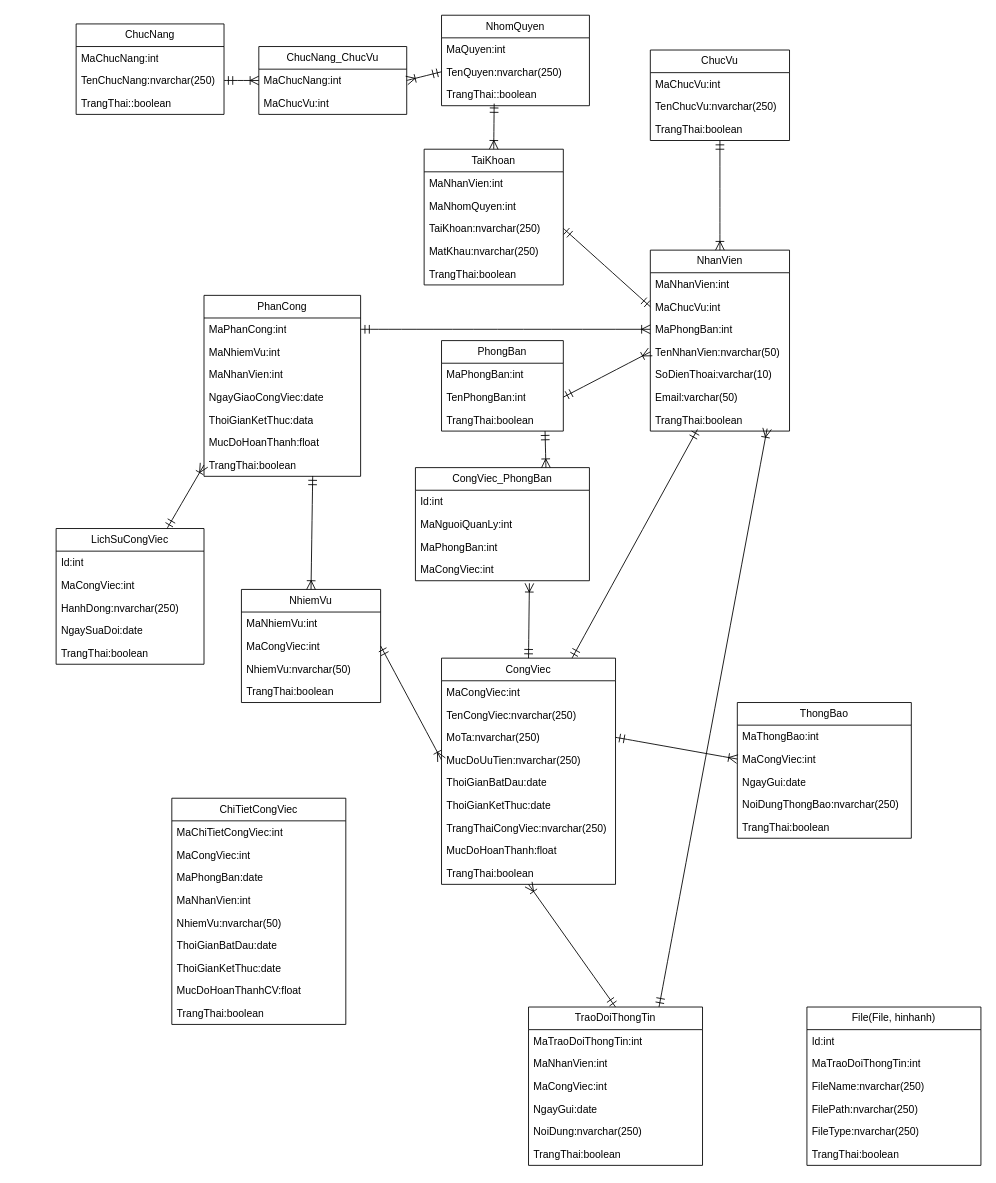
This is j2ee.drawio from maivantai2003/vercelDemo, a draw.io file, before an edit. Source tidied: cells renumbered, new cells numbered last; positions are measured from the earlier drawing's top-left corner, leaving out a move shared by most shapes. Both pictures are drawn from the tidied source at 87%, with x=0, y=0 at pixel (56, 15).
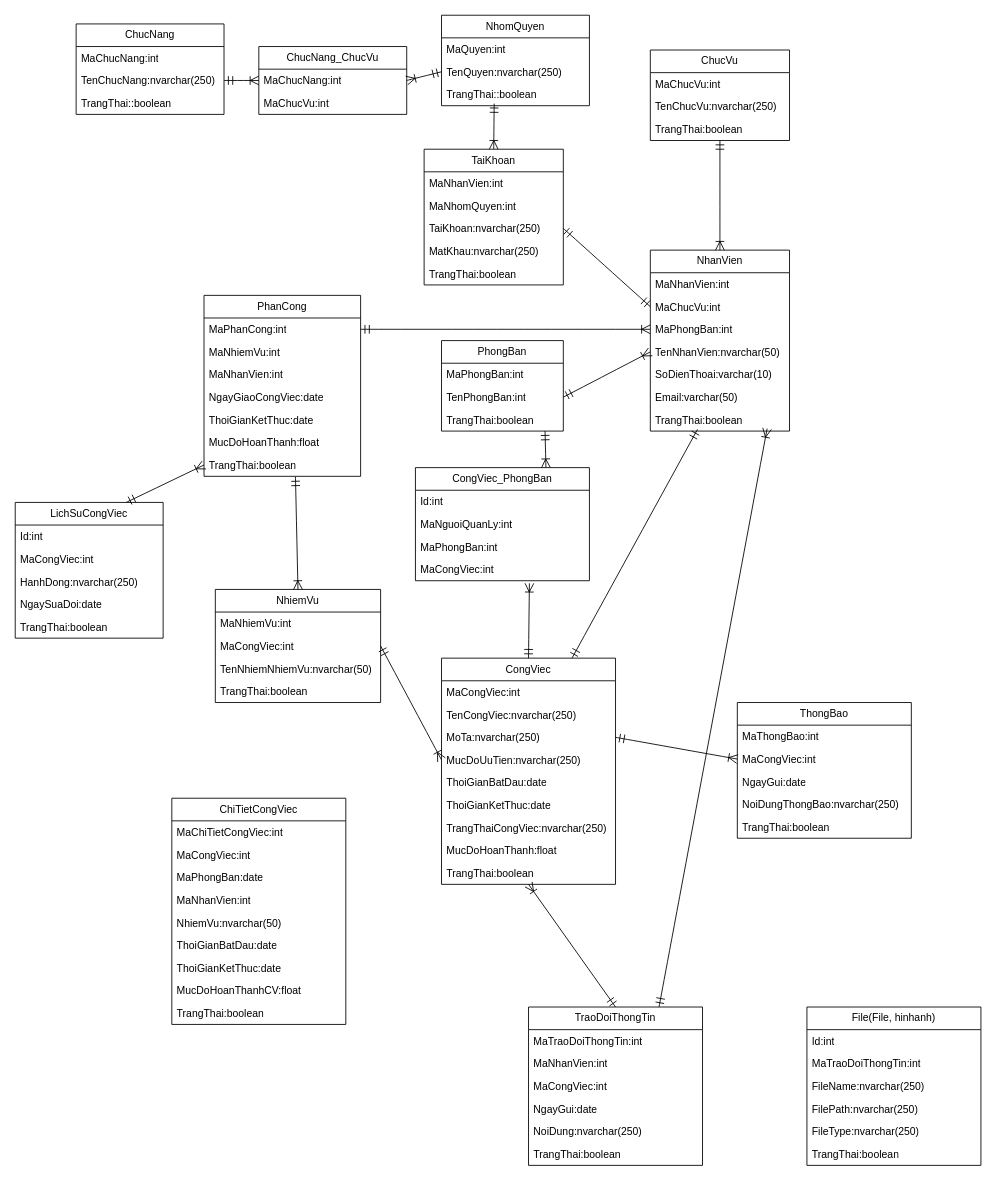
The same page after the edit.

The change refers to these unchanged cells:
```xml
<mxCell id="82" value="PhanCong" style="swimlane;fontStyle=0;horizontal=1;startSize=26;fillColor=none;whiteSpace=wrap;html=1;" parent="1" vertex="1">
  <mxGeometry x="170" y="322" width="180" height="208" as="geometry" />
</mxCell>
<mxCell id="89" value="TrangThai:boolean" style="text;strokeColor=none;fillColor=none;align=left;verticalAlign=top;spacingLeft=4;spacingRight=4;overflow=hidden;points=[[0,0.5],[1,0.5]];portConstraint=eastwest;whiteSpace=wrap;html=1;" parent="82" vertex="1">
  <mxGeometry y="182" width="180" height="26" as="geometry" />
</mxCell>
```

The edit, as a diff of the source:
```diff
@@
     <mxCell id="76" value="NhiemVu" style="swimlane;fontStyle=0;horizontal=1;startSize=26;fillColor=none;whiteSpace=wrap;html=1;" parent="1" vertex="1">
-      <mxGeometry x="213" y="660" width="160" height="130" as="geometry" />
+      <mxGeometry x="183" y="660" width="190" height="130" as="geometry" />
     </mxCell>
     <mxCell id="77" value="MaNhiemVu:int" style="text;strokeColor=none;fillColor=none;align=left;verticalAlign=top;spacingLeft=4;spacingRight=4;overflow=hidden;whiteSpace=wrap;html=1;" parent="76" vertex="1">
-      <mxGeometry y="26" width="160" height="26" as="geometry" />
+      <mxGeometry y="26" width="190" height="26" as="geometry" />
     </mxCell>
     <mxCell id="78" value="MaCongViec:int" style="text;strokeColor=none;fillColor=none;align=left;verticalAlign=top;spacingLeft=4;spacingRight=4;overflow=hidden;points=[[0,0.5],[1,0.5]];portConstraint=eastwest;whiteSpace=wrap;html=1;" parent="76" vertex="1">
-      <mxGeometry y="52" width="160" height="26" as="geometry" />
+      <mxGeometry y="52" width="190" height="26" as="geometry" />
     </mxCell>
-    <mxCell id="79" value="NhiemVu:nvarchar(50)" style="text;strokeColor=none;fillColor=none;align=left;verticalAlign=top;spacingLeft=4;spacingRight=4;overflow=hidden;whiteSpace=wrap;html=1;" parent="76" vertex="1">
-      <mxGeometry y="78" width="160" height="26" as="geometry" />
+    <mxCell id="79" value="TenNhiemNhiemVu:nvarchar(50)" style="text;strokeColor=none;fillColor=none;align=left;verticalAlign=top;spacingLeft=4;spacingRight=4;overflow=hidden;whiteSpace=wrap;html=1;" parent="76" vertex="1">
+      <mxGeometry y="78" width="190" height="26" as="geometry" />
     </mxCell>
     <mxCell id="80" value="TrangThai:boolean" style="text;strokeColor=none;fillColor=none;align=left;verticalAlign=top;spacingLeft=4;spacingRight=4;overflow=hidden;whiteSpace=wrap;html=1;" parent="76" vertex="1">
-      <mxGeometry y="104" width="160" height="26" as="geometry" />
+      <mxGeometry y="104" width="190" height="26" as="geometry" />
     </mxCell>
-    <mxCell id="81" style="edgeStyle=none;curved=1;rounded=0;jettySize=auto;html=1;exitX=0.694;exitY=0.985;exitDx=0;exitDy=0;entryX=0.5;entryY=0;entryDx=0;entryDy=0;fontSize=12;startSize=8;endSize=8;endArrow=ERoneToMany;endFill=0;startArrow=ERmandOne;startFill=0;exitPerimeter=0;" parent="1" edge="1" source="89" target="76">
+    <mxCell id="81" style="edgeStyle=none;curved=1;rounded=0;jettySize=auto;html=1;exitX=0.584;exitY=1.026;exitDx=0;exitDy=0;entryX=0.5;entryY=0;entryDx=0;entryDy=0;fontSize=12;startSize=8;endSize=8;endArrow=ERoneToMany;endFill=0;startArrow=ERmandOne;startFill=0;exitPerimeter=0;" parent="1" edge="1" source="89" target="76">
       <mxGeometry relative="1" as="geometry" />
     </mxCell>
@@
-    <mxCell id="87" value="ThoiGianKetThuc:data" style="text;strokeColor=none;fillColor=none;align=left;verticalAlign=top;spacingLeft=4;spacingRight=4;overflow=hidden;whiteSpace=wrap;html=1;" parent="82" vertex="1">
+    <mxCell id="87" value="ThoiGianKetThuc:date" style="text;strokeColor=none;fillColor=none;align=left;verticalAlign=top;spacingLeft=4;spacingRight=4;overflow=hidden;whiteSpace=wrap;html=1;" parent="82" vertex="1">
       <mxGeometry y="130" width="180" height="26" as="geometry" />
     </mxCell>
@@
     <mxCell id="103" value="LichSuCongViec" style="swimlane;fontStyle=0;horizontal=1;startSize=26;fillColor=none;whiteSpace=wrap;html=1;" parent="1" vertex="1">
-      <mxGeometry y="590" width="170" height="156" as="geometry" />
+      <mxGeometry x="-47" y="560" width="170" height="156" as="geometry" />
     </mxCell>
```
